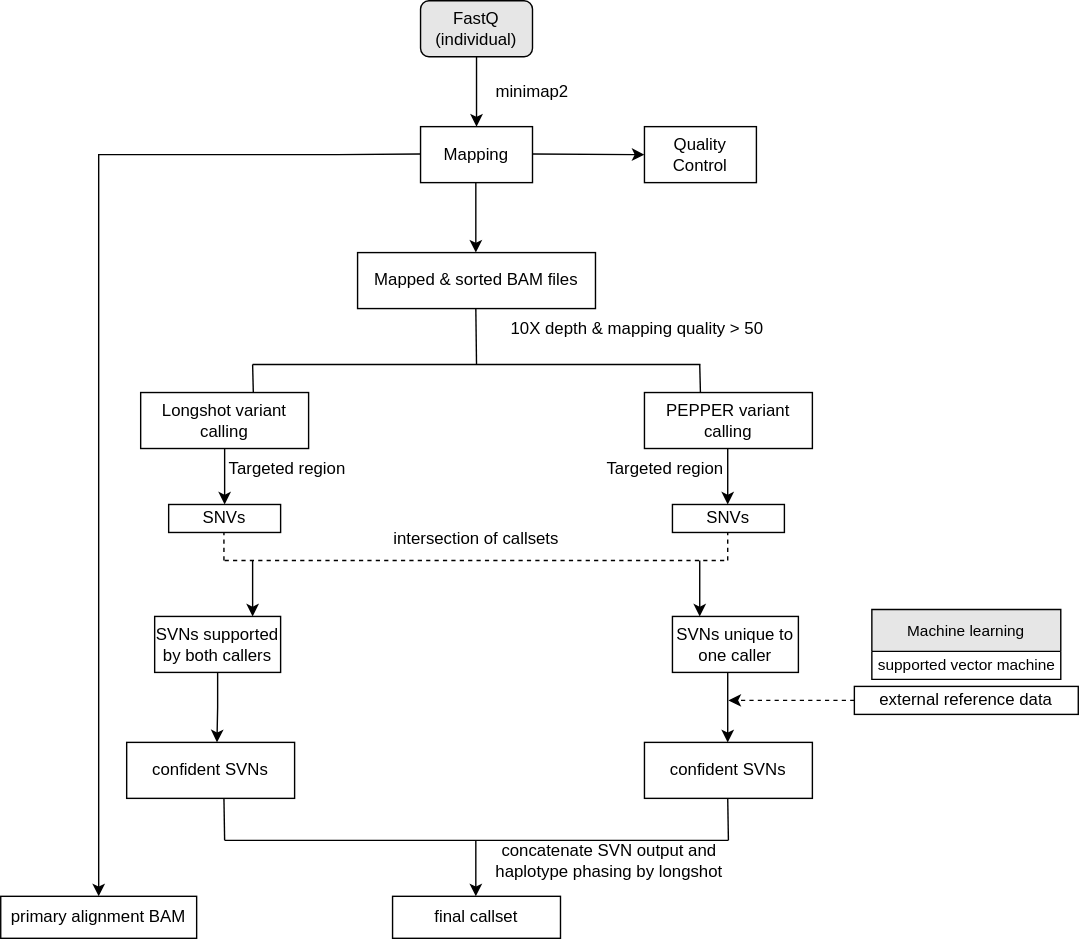
Before: images/sm-SNIPER.svg, a diagram exported from draw.io (myonaung/sm-SNIPER). Source tidied: cells renumbered, new cells last; positions are measured from the earlier drawing's top-left corner, leaving out a move shared by most shapes.
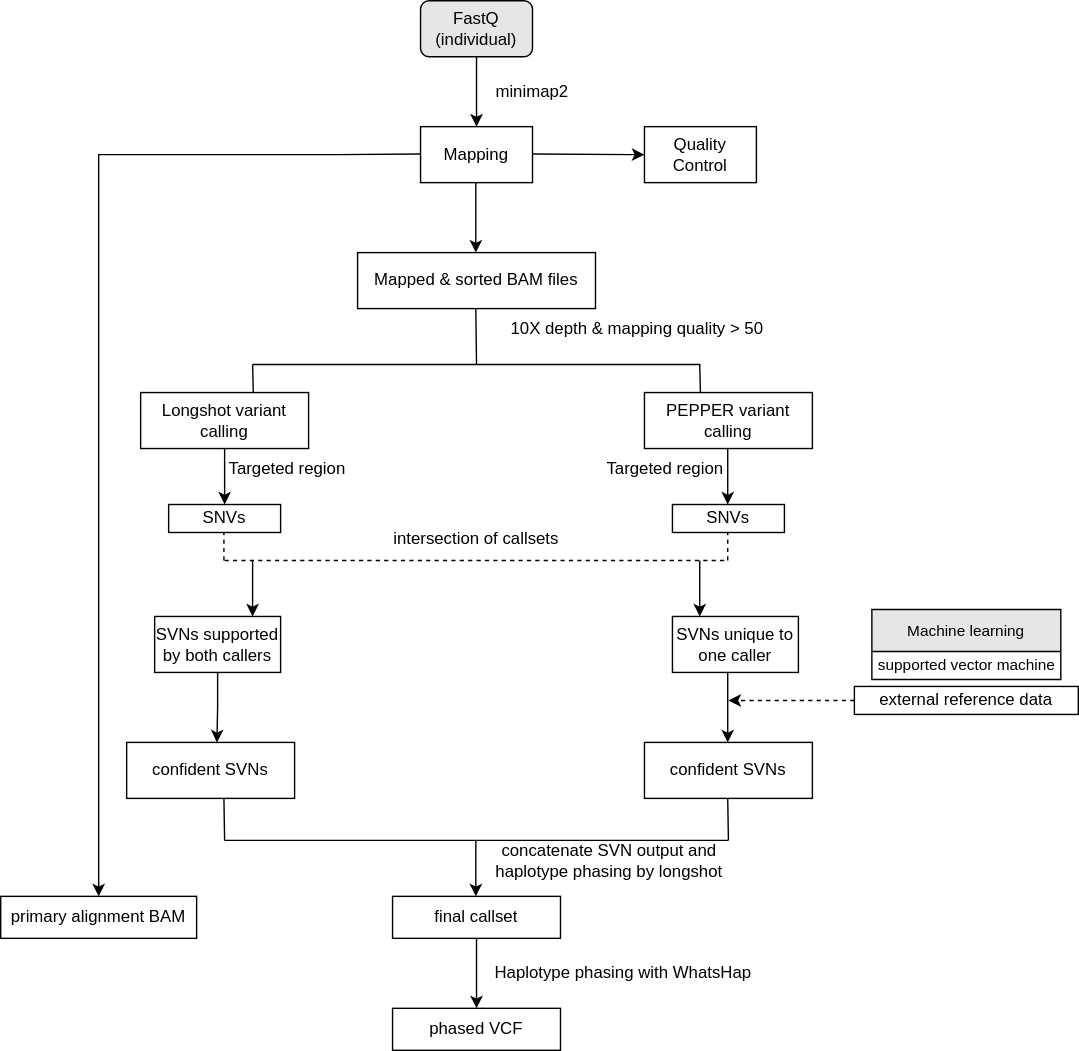
After the commit.

What changed in the source:
```diff
@@ -203,5 +203,17 @@
     <mxCell id="46" value="primary alignment BAM" style="rounded=0;whiteSpace=wrap;html=1;" parent="1" vertex="1">
       <mxGeometry y="640" width="140" height="30" as="geometry" />
     </mxCell>
+    <mxCell id="47" style="edgeStyle=orthogonalEdgeStyle;rounded=0;orthogonalLoop=1;jettySize=auto;html=1;exitX=0.5;exitY=1;exitDx=0;exitDy=0;" parent="1" edge="1">
+      <mxGeometry relative="1" as="geometry">
+        <mxPoint x="340" y="670" as="sourcePoint" />
+        <mxPoint x="340" y="720" as="targetPoint" />
+      </mxGeometry>
+    </mxCell>
+    <mxCell id="48" value="phased VCF" style="rounded=0;whiteSpace=wrap;html=1;" parent="1" vertex="1">
+      <mxGeometry x="280" y="720" width="120" height="30" as="geometry" />
+    </mxCell>
+    <mxCell id="49" value="Haplotype phasing with WhatsHap" style="text;html=1;strokeColor=none;fillColor=none;align=center;verticalAlign=middle;whiteSpace=wrap;rounded=0;" parent="1" vertex="1">
+      <mxGeometry x="350" y="680" width="190" height="30" as="geometry" />
+    </mxCell>
   </root>
 </mxGraphModel>
```
